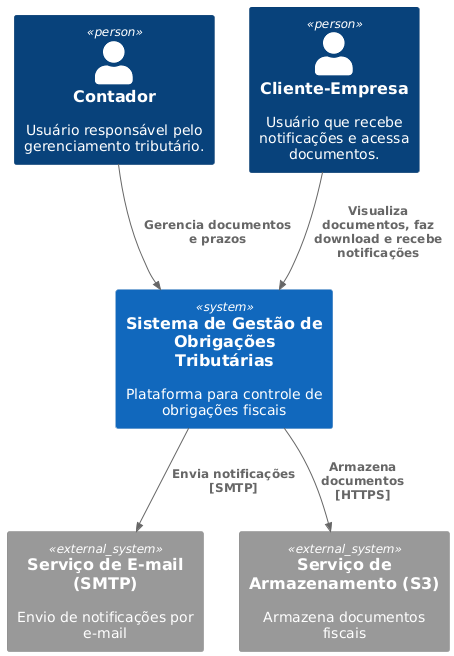
edsonpolucena/CatolicaSC-Porfolio keeps this PlantUML diagram as diagrams/diagrama-contexto-v4.png. Above is the earlier version.
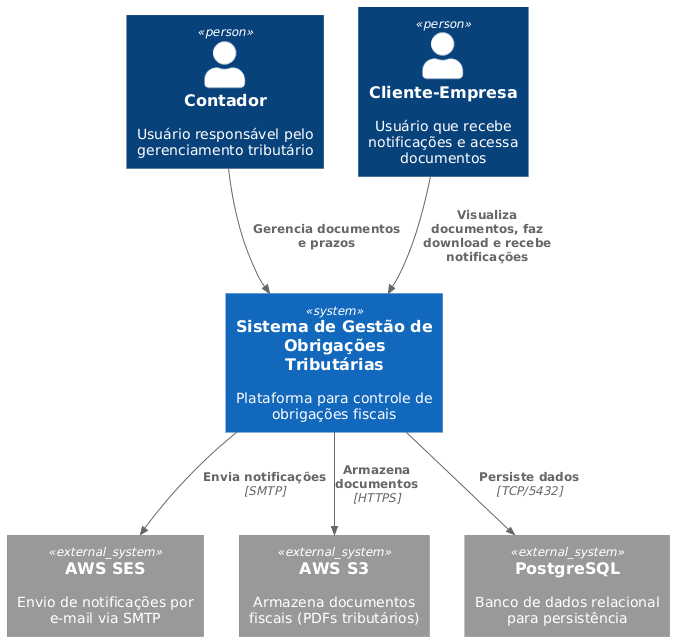
The same file after the commit.

The edit, as a diff of the source:
```diff
@@ -1,14 +1,21 @@
 @startuml
-!includeurl https://raw.githubusercontent.com/plantuml-stdlib/C4-PlantUML/master/C4_Context.puml
+!include https://raw.githubusercontent.com/plantuml-stdlib/C4-PlantUML/master/C4_Context.puml
 
-Person(contador, "Contador", "Usuário responsável pelo gerenciamento tributário.")
-Person(cliente,  "Cliente-Empresa", "Usuário que recebe notificações e acessa documentos.")
+
+
+Person(contador, "Contador", "Usuário responsável pelo gerenciamento tributário")
+Person(cliente, "Cliente-Empresa", "Usuário que recebe notificações e acessa documentos")
+
 System(sgot, "Sistema de Gestão de Obrigações Tributárias", "Plataforma para controle de obrigações fiscais")
-System_Ext(emailSvc,   "Serviço de E-mail (SMTP)",      "Envio de notificações por e-mail")
-System_Ext(storageSvc, "Serviço de Armazenamento (S3)", "Armazena documentos fiscais")
+
+System_Ext(ses, "AWS SES", "Envio de notificações por e-mail via SMTP")
+System_Ext(s3, "AWS S3", "Armazena documentos fiscais (PDFs tributários)")
+System_Ext(postgres, "PostgreSQL", "Banco de dados relacional para persistência")
 
 Rel(contador, sgot, "Gerencia documentos e prazos")
-Rel(cliente,  sgot, "Visualiza documentos, faz download e recebe notificações")
-Rel(sgot, emailSvc,   "Envia notificações\n[SMTP]")
-Rel(sgot, storageSvc, "Armazena documentos\n[HTTPS]")
+Rel(cliente, sgot, "Visualiza documentos, faz download e recebe notificações")
+
+Rel(sgot, ses, "Envia notificações", "SMTP")
+Rel(sgot, s3, "Armazena documentos", "HTTPS")
+Rel(sgot, postgres, "Persiste dados", "TCP/5432")
 @enduml
```
